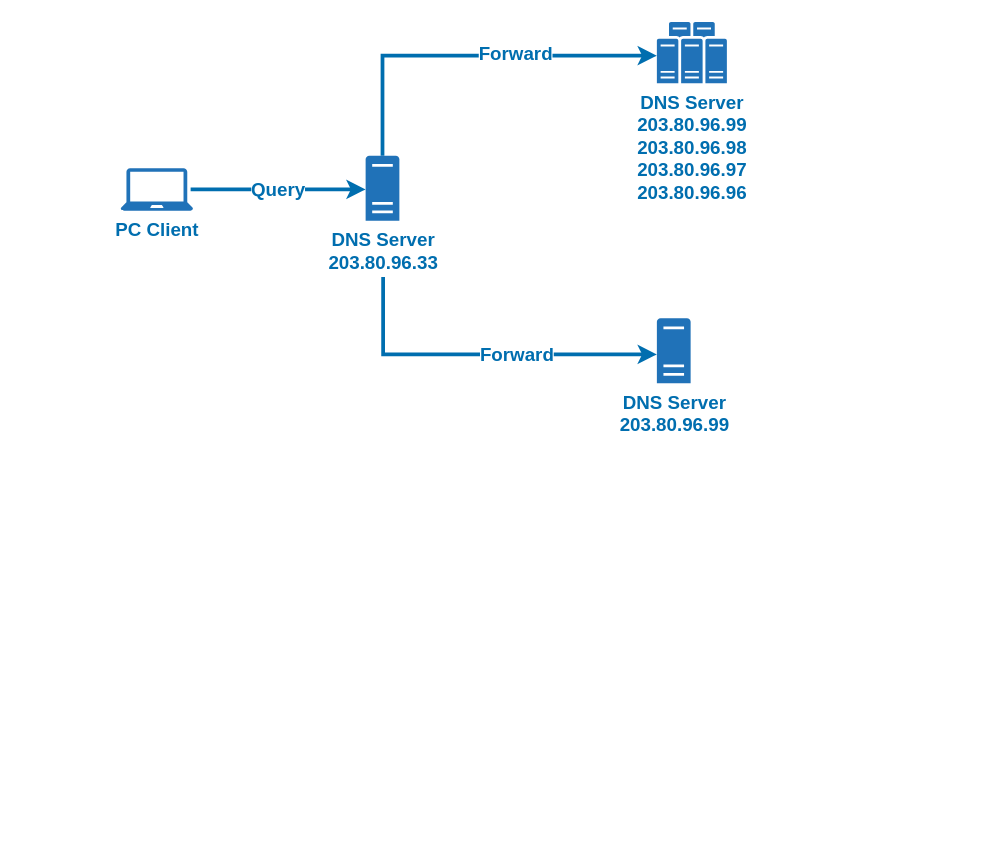
The draw.io diagram Network.drawio in diskya/drive, before the edit. Source tidied: cells renumbered, new cells numbered last; positions are measured from the earlier drawing's top-left corner, leaving out a move shared by most shapes. Both pictures are drawn from the tidied source at 125%, with x=0, y=0 at pixel (120, 21).
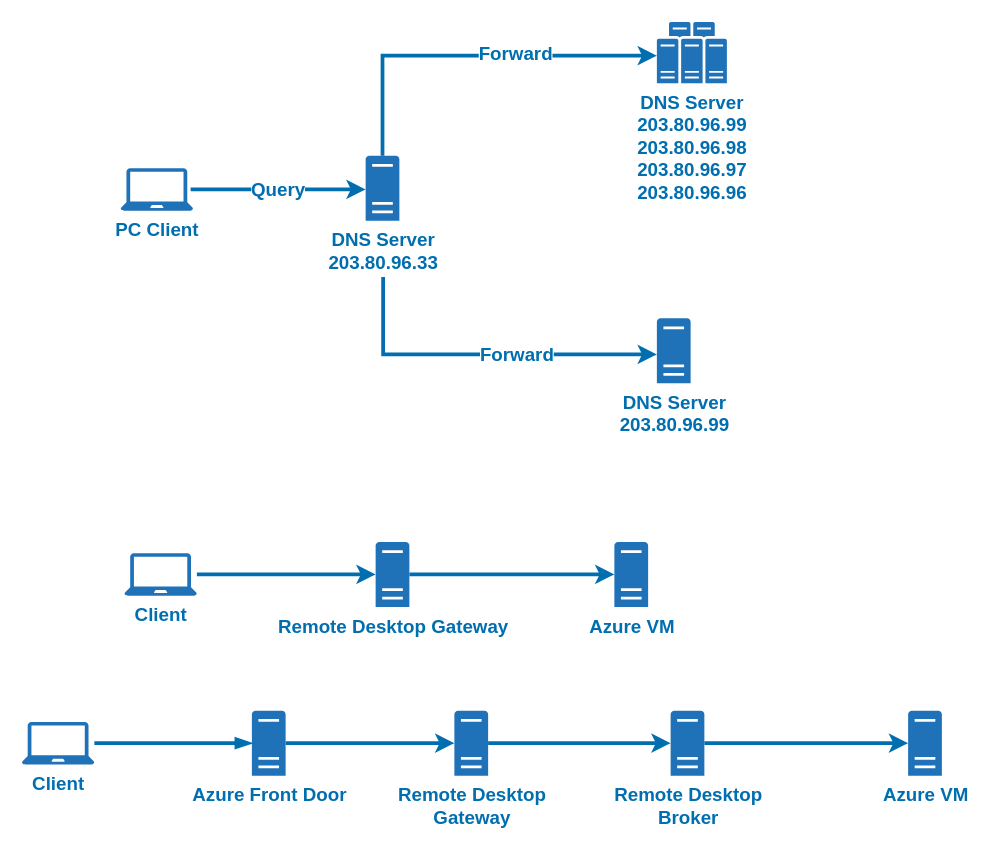
After the change.

What changed in the source:
```diff
@@
+    <mxCell id="10" style="edgeStyle=orthogonalEdgeStyle;rounded=0;jettySize=auto;html=1;strokeColor=#006EAF;strokeWidth=3;fillColor=#1ba1e2;" parent="1" edge="1" source="11" target="13">
+      <mxGeometry relative="1" as="geometry" />
+    </mxCell>
+    <mxCell id="11" value="&lt;font style=&quot;font-size: 15px&quot; color=&quot;#006eaf&quot;&gt;&lt;b&gt;Client&lt;/b&gt;&lt;/font&gt;" style="shadow=0;dashed=0;html=1;strokeColor=none;labelPosition=center;verticalLabelPosition=bottom;verticalAlign=top;outlineConnect=0;align=center;shape=mxgraph.office.devices.laptop;fillColor=#2072B8;" parent="1" vertex="1">
+      <mxGeometry x="3" y="425" width="58" height="34" as="geometry" />
+    </mxCell>
+    <mxCell id="12" style="edgeStyle=orthogonalEdgeStyle;rounded=0;jettySize=auto;html=1;strokeColor=#006EAF;strokeWidth=3;fillColor=#1ba1e2;" parent="1" edge="1" source="13" target="14">
+      <mxGeometry relative="1" as="geometry" />
+    </mxCell>
+    <mxCell id="13" value="&lt;span style=&quot;font-size: 15px&quot;&gt;&lt;b&gt;Remote Desktop Gateway&lt;/b&gt;&lt;/span&gt;" style="shadow=0;dashed=0;html=1;strokeColor=none;labelPosition=center;verticalLabelPosition=bottom;verticalAlign=top;outlineConnect=0;align=center;shape=mxgraph.office.servers.physical_host;fillColor=#2072B8;fontColor=#006EAF;" parent="1" vertex="1">
+      <mxGeometry x="204" y="416" width="27" height="52" as="geometry" />
+    </mxCell>
+    <mxCell id="14" value="&lt;span style=&quot;font-size: 15px&quot;&gt;&lt;b&gt;Azure VM&lt;/b&gt;&lt;/span&gt;" style="shadow=0;dashed=0;html=1;strokeColor=none;labelPosition=center;verticalLabelPosition=bottom;verticalAlign=top;outlineConnect=0;align=center;shape=mxgraph.office.servers.physical_host;fillColor=#2072B8;fontColor=#006EAF;" parent="1" vertex="1">
+      <mxGeometry x="395" y="416" width="27" height="52" as="geometry" />
+    </mxCell>
+    <mxCell id="15" style="edgeStyle=orthogonalEdgeStyle;rounded=0;jettySize=auto;html=1;strokeColor=#006EAF;strokeWidth=3;fillColor=#1ba1e2;startArrow=none;" parent="1" edge="1" source="21" target="18">
+      <mxGeometry relative="1" as="geometry" />
+    </mxCell>
+    <mxCell id="16" value="&lt;font style=&quot;font-size: 15px&quot; color=&quot;#006eaf&quot;&gt;&lt;b&gt;Client&lt;/b&gt;&lt;/font&gt;" style="shadow=0;dashed=0;html=1;strokeColor=none;labelPosition=center;verticalLabelPosition=bottom;verticalAlign=top;outlineConnect=0;align=center;shape=mxgraph.office.devices.laptop;fillColor=#2072B8;" parent="1" vertex="1">
+      <mxGeometry x="-79" y="560" width="58" height="34" as="geometry" />
+    </mxCell>
+    <mxCell id="17" style="edgeStyle=orthogonalEdgeStyle;rounded=0;jettySize=auto;html=1;endArrow=classic;strokeColor=#006EAF;strokeWidth=3;fillColor=#1ba1e2;" parent="1" edge="1" source="18" target="20">
+      <mxGeometry relative="1" as="geometry" />
+    </mxCell>
+    <mxCell id="18" value="&lt;span style=&quot;font-size: 15px&quot;&gt;&lt;b&gt;Remote Desktop &lt;br&gt;Gateway&lt;/b&gt;&lt;/span&gt;" style="shadow=0;dashed=0;html=1;strokeColor=none;labelPosition=center;verticalLabelPosition=bottom;verticalAlign=top;outlineConnect=0;align=center;shape=mxgraph.office.servers.physical_host;fillColor=#2072B8;fontColor=#006EAF;" parent="1" vertex="1">
+      <mxGeometry x="267" y="551" width="27" height="52" as="geometry" />
+    </mxCell>
+    <mxCell id="19" style="edgeStyle=orthogonalEdgeStyle;rounded=0;jettySize=auto;html=1;endArrow=classic;strokeColor=#006EAF;strokeWidth=3;fillColor=#1ba1e2;" parent="1" edge="1" source="20" target="23">
+      <mxGeometry relative="1" as="geometry" />
+    </mxCell>
+    <mxCell id="20" value="&lt;span style=&quot;font-size: 15px&quot;&gt;&lt;b&gt;Remote Desktop &lt;br&gt;Broker&lt;/b&gt;&lt;/span&gt;" style="shadow=0;dashed=0;html=1;strokeColor=none;labelPosition=center;verticalLabelPosition=bottom;verticalAlign=top;outlineConnect=0;align=center;shape=mxgraph.office.servers.physical_host;fillColor=#2072B8;fontColor=#006EAF;" parent="1" vertex="1">
+      <mxGeometry x="440" y="551" width="27" height="52" as="geometry" />
+    </mxCell>
+    <mxCell id="21" value="&lt;span style=&quot;font-size: 15px&quot;&gt;&lt;b&gt;Azure Front Door&lt;/b&gt;&lt;/span&gt;" style="shadow=0;dashed=0;html=1;strokeColor=none;labelPosition=center;verticalLabelPosition=bottom;verticalAlign=top;outlineConnect=0;align=center;shape=mxgraph.office.servers.physical_host;fillColor=#2072B8;fontColor=#006EAF;" parent="1" vertex="1">
+      <mxGeometry x="105" y="551" width="27" height="52" as="geometry" />
+    </mxCell>
+    <mxCell id="22" style="edgeStyle=orthogonalEdgeStyle;rounded=0;jettySize=auto;html=1;strokeColor=#006EAF;strokeWidth=3;fillColor=#1ba1e2;endArrow=blockThin;endFill=1;" parent="1" edge="1" source="16" target="21">
+      <mxGeometry relative="1" as="geometry" />
+    </mxCell>
+    <mxCell id="23" value="&lt;span style=&quot;font-size: 15px&quot;&gt;&lt;b&gt;Azure VM&lt;/b&gt;&lt;/span&gt;" style="shadow=0;dashed=0;html=1;strokeColor=none;labelPosition=center;verticalLabelPosition=bottom;verticalAlign=top;outlineConnect=0;align=center;shape=mxgraph.office.servers.physical_host;fillColor=#2072B8;fontColor=#006EAF;" parent="1" vertex="1">
+      <mxGeometry x="630" y="551" width="27" height="52" as="geometry" />
+    </mxCell>
```
